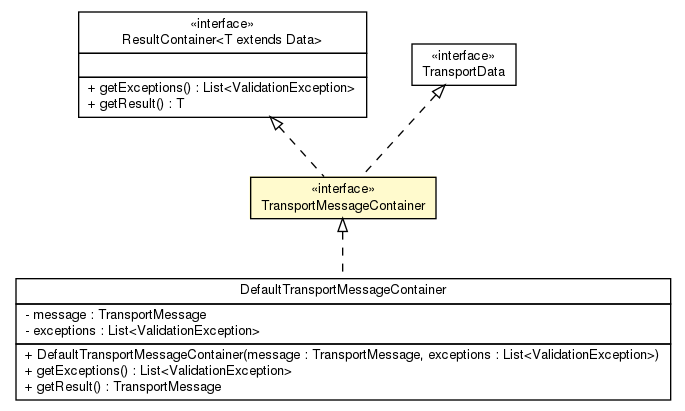
Above: doc/core/message/apidocs/de/hsbremen/tc/tnc/message/t/serialize/TransportMessageContainer.png in trusthsbremen/jtnc (Graphviz), before the change. Its source is kept beside it as doc/core/message/apidocs/de/hsbremen/tc/tnc/message/t/serialize/TransportMessageContainer.dot. Its diagram source:
```dot

digraph G {
	edge [fontname="Helvetica",fontsize=10,labelfontname="Helvetica",labelfontsize=10];
	node [fontname="Helvetica",fontsize=10,shape=plaintext];
	nodesep=0.25;
	ranksep=0.5;
	c170059 [label=<<table title="de.hsbremen.tc.tnc.message.ResultContainer" border="0" cellborder="1" cellspacing="0" cellpadding="2" port="p" href="../../ResultContainer.html">
		<tr><td><table border="0" cellspacing="0" cellpadding="1">
<tr><td align="center" balign="center"> &#171;interface&#187; </td></tr>
<tr><td align="center" balign="center"> ResultContainer&lt;T extends Data&gt; </td></tr>
		</table></td></tr>
		<tr><td><table border="0" cellspacing="0" cellpadding="1">
<tr><td align="left" balign="left">  </td></tr>
		</table></td></tr>
		<tr><td><table border="0" cellspacing="0" cellpadding="1">
<tr><td align="left" balign="left"> + getExceptions() : List&lt;ValidationException&gt; </td></tr>
<tr><td align="left" balign="left"> + getResult() : T </td></tr>
		</table></td></tr>
		</table>>, URL="../../ResultContainer.html", fontname="Helvetica", fontcolor="black", fontsize=10.0];
	c170070 [label=<<table title="de.hsbremen.tc.tnc.message.t.serialize.TransportMessageContainer" border="0" cellborder="1" cellspacing="0" cellpadding="2" port="p" bgcolor="lemonChiffon" href="./TransportMessageContainer.html">
		<tr><td><table border="0" cellspacing="0" cellpadding="1">
<tr><td align="center" balign="center"> &#171;interface&#187; </td></tr>
<tr><td align="center" balign="center"> TransportMessageContainer </td></tr>
		</table></td></tr>
		</table>>, URL="./TransportMessageContainer.html", fontname="Helvetica", fontcolor="black", fontsize=10.0];
	c170073 [label=<<table title="de.hsbremen.tc.tnc.message.t.TransportData" border="0" cellborder="1" cellspacing="0" cellpadding="2" port="p" href="../TransportData.html">
		<tr><td><table border="0" cellspacing="0" cellpadding="1">
<tr><td align="center" balign="center"> &#171;interface&#187; </td></tr>
<tr><td align="center" balign="center"> TransportData </td></tr>
		</table></td></tr>
		</table>>, URL="../TransportData.html", fontname="Helvetica", fontcolor="black", fontsize=10.0];
	c170135 [label=<<table title="org.ietf.nea.pt.message.DefaultTransportMessageContainer" border="0" cellborder="1" cellspacing="0" cellpadding="2" port="p" href="../../../../../../../org/ietf/nea/pt/message/DefaultTransportMessageContainer.html">
		<tr><td><table border="0" cellspacing="0" cellpadding="1">
<tr><td align="center" balign="center"> DefaultTransportMessageContainer </td></tr>
		</table></td></tr>
		<tr><td><table border="0" cellspacing="0" cellpadding="1">
<tr><td align="left" balign="left"> - message : TransportMessage </td></tr>
<tr><td align="left" balign="left"> - exceptions : List&lt;ValidationException&gt; </td></tr>
		</table></td></tr>
		<tr><td><table border="0" cellspacing="0" cellpadding="1">
<tr><td align="left" balign="left"> + DefaultTransportMessageContainer(message : TransportMessage, exceptions : List&lt;ValidationException&gt;) </td></tr>
<tr><td align="left" balign="left"> + getExceptions() : List&lt;ValidationException&gt; </td></tr>
<tr><td align="left" balign="left"> + getResult() : TransportMessage </td></tr>
		</table></td></tr>
		</table>>, URL="../../../../../../../org/ietf/nea/pt/message/DefaultTransportMessageContainer.html", fontname="Helvetica", fontcolor="black", fontsize=10.0];
	c170059:p -> c170070:p [dir=back,arrowtail=empty,style=dashed];
	c170073:p -> c170070:p [dir=back,arrowtail=empty,style=dashed];
	c170070:p -> c170135:p [dir=back,arrowtail=empty,style=dashed];
}
```
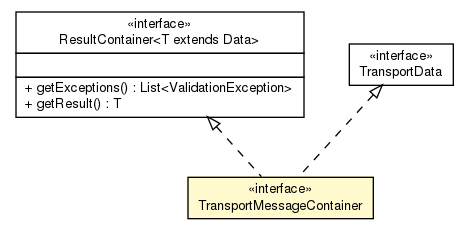
After the change.

Diff of the diagram source:
```diff
@@ -4,7 +4,7 @@
 	node [fontname="Helvetica",fontsize=10,shape=plaintext];
 	nodesep=0.25;
 	ranksep=0.5;
-	c170059 [label=<<table title="de.hsbremen.tc.tnc.message.ResultContainer" border="0" cellborder="1" cellspacing="0" cellpadding="2" port="p" href="../../ResultContainer.html">
+	c169235 [label=<<table title="de.hsbremen.tc.tnc.message.ResultContainer" border="0" cellborder="1" cellspacing="0" cellpadding="2" port="p" href="../../ResultContainer.html">
 		<tr><td><table border="0" cellspacing="0" cellpadding="1">
 <tr><td align="center" balign="center"> &#171;interface&#187; </td></tr>
 <tr><td align="center" balign="center"> ResultContainer&lt;T extends Data&gt; </td></tr>
@@ -17,33 +17,18 @@
 <tr><td align="left" balign="left"> + getResult() : T </td></tr>
 		</table></td></tr>
 		</table>>, URL="../../ResultContainer.html", fontname="Helvetica", fontcolor="black", fontsize=10.0];
-	c170070 [label=<<table title="de.hsbremen.tc.tnc.message.t.serialize.TransportMessageContainer" border="0" cellborder="1" cellspacing="0" cellpadding="2" port="p" bgcolor="lemonChiffon" href="./TransportMessageContainer.html">
+	c169246 [label=<<table title="de.hsbremen.tc.tnc.message.t.serialize.TransportMessageContainer" border="0" cellborder="1" cellspacing="0" cellpadding="2" port="p" bgcolor="lemonChiffon" href="./TransportMessageContainer.html">
 		<tr><td><table border="0" cellspacing="0" cellpadding="1">
 <tr><td align="center" balign="center"> &#171;interface&#187; </td></tr>
 <tr><td align="center" balign="center"> TransportMessageContainer </td></tr>
 		</table></td></tr>
 		</table>>, URL="./TransportMessageContainer.html", fontname="Helvetica", fontcolor="black", fontsize=10.0];
-	c170073 [label=<<table title="de.hsbremen.tc.tnc.message.t.TransportData" border="0" cellborder="1" cellspacing="0" cellpadding="2" port="p" href="../TransportData.html">
+	c169249 [label=<<table title="de.hsbremen.tc.tnc.message.t.TransportData" border="0" cellborder="1" cellspacing="0" cellpadding="2" port="p" href="../TransportData.html">
 		<tr><td><table border="0" cellspacing="0" cellpadding="1">
 <tr><td align="center" balign="center"> &#171;interface&#187; </td></tr>
 <tr><td align="center" balign="center"> TransportData </td></tr>
 		</table></td></tr>
 		</table>>, URL="../TransportData.html", fontname="Helvetica", fontcolor="black", fontsize=10.0];
-	c170135 [label=<<table title="org.ietf.nea.pt.message.DefaultTransportMessageContainer" border="0" cellborder="1" cellspacing="0" cellpadding="2" port="p" href="../../../../../../../org/ietf/nea/pt/message/DefaultTransportMessageContainer.html">
-		<tr><td><table border="0" cellspacing="0" cellpadding="1">
-<tr><td align="center" balign="center"> DefaultTransportMessageContainer </td></tr>
-		</table></td></tr>
-		<tr><td><table border="0" cellspacing="0" cellpadding="1">
-<tr><td align="left" balign="left"> - message : TransportMessage </td></tr>
-<tr><td align="left" balign="left"> - exceptions : List&lt;ValidationException&gt; </td></tr>
-		</table></td></tr>
-		<tr><td><table border="0" cellspacing="0" cellpadding="1">
-<tr><td align="left" balign="left"> + DefaultTransportMessageContainer(message : TransportMessage, exceptions : List&lt;ValidationException&gt;) </td></tr>
-<tr><td align="left" balign="left"> + getExceptions() : List&lt;ValidationException&gt; </td></tr>
-<tr><td align="left" balign="left"> + getResult() : TransportMessage </td></tr>
-		</table></td></tr>
-		</table>>, URL="../../../../../../../org/ietf/nea/pt/message/DefaultTransportMessageContainer.html", fontname="Helvetica", fontcolor="black", fontsize=10.0];
-	c170059:p -> c170070:p [dir=back,arrowtail=empty,style=dashed];
-	c170073:p -> c170070:p [dir=back,arrowtail=empty,style=dashed];
-	c170070:p -> c170135:p [dir=back,arrowtail=empty,style=dashed];
+	c169235:p -> c169246:p [dir=back,arrowtail=empty,style=dashed];
+	c169249:p -> c169246:p [dir=back,arrowtail=empty,style=dashed];
 }
```
